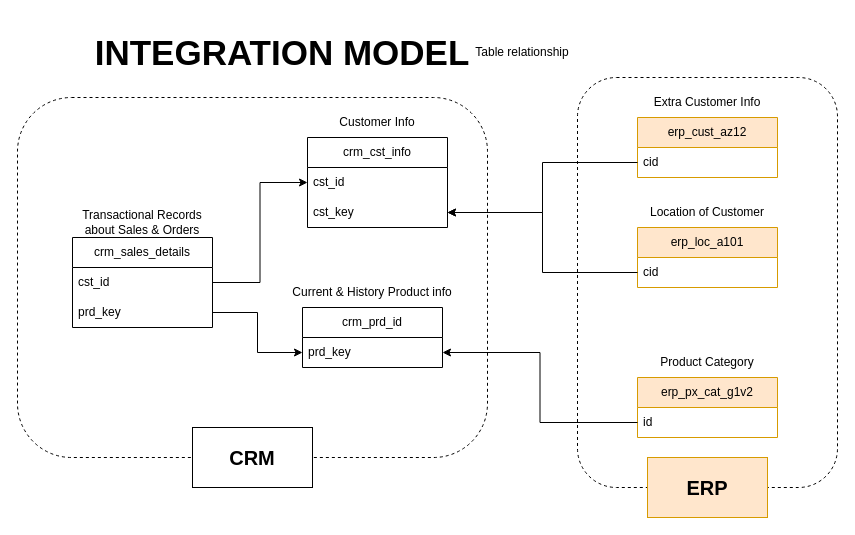
Above: Integration Diagram.drawio in BatTonAm/Data-Analysis-Project (draw.io), before the change. Source tidied: cells renumbered, new cells numbered last; positions are measured from the earlier drawing's top-left corner, leaving out a move shared by most shapes. Both pictures are drawn from the tidied source at 100%, with x=0, y=0 at pixel (17, 17).
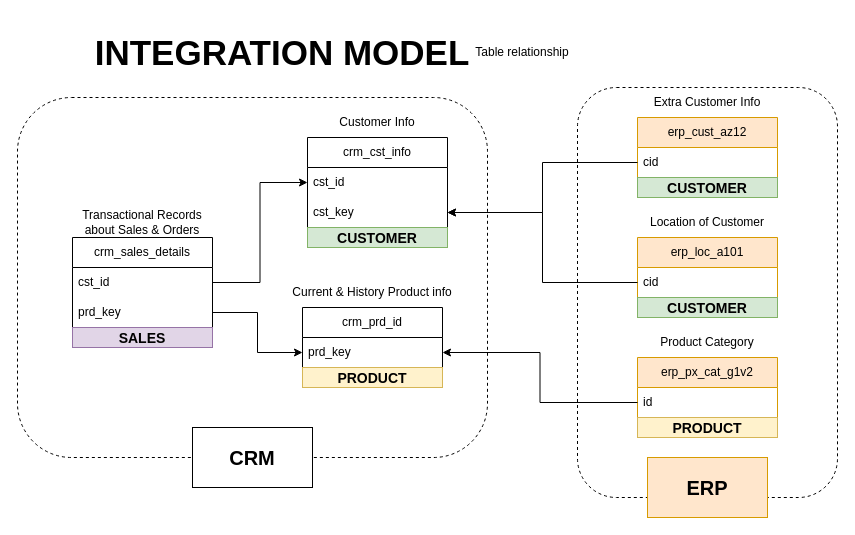
After the change.

Change to the diagram source:
```diff
@@
     <mxCell id="24" style="group;" parent="1" vertex="1">
-      <mxGeometry x="620" y="180" width="140" height="90" as="geometry" />
+      <mxGeometry x="620" y="190" width="200" height="290" as="geometry" />
     </mxCell>
@@
+    <mxCell id="36" style="rounded=1;whiteSpace=wrap;html=1;fillColor=none;dashed=1;" parent="24" vertex="1">
+      <mxGeometry x="-60" y="-120" width="260" height="410" as="geometry" />
+    </mxCell>
+    <mxCell id="39" value="CUSTOMER" style="text;html=1;strokeColor=#82b366;fillColor=#d5e8d4;align=center;verticalAlign=middle;whiteSpace=wrap;overflow=hidden;fontStyle=1;fontSize=14;" parent="24" vertex="1">
+      <mxGeometry y="90" width="140" height="20" as="geometry" />
+    </mxCell>
+    <mxCell id="40" value="CUSTOMER" style="text;html=1;strokeColor=#82b366;fillColor=#d5e8d4;align=center;verticalAlign=middle;whiteSpace=wrap;overflow=hidden;fontStyle=1;fontSize=14;" parent="24" vertex="1">
+      <mxGeometry y="-30" width="140" height="20" as="geometry" />
+    </mxCell>
@@
     <mxCell id="29" style="group;" parent="1" vertex="1">
-      <mxGeometry x="620" y="330" width="140" height="90" as="geometry" />
+      <mxGeometry x="620" y="310" width="140" height="90" as="geometry" />
     </mxCell>
@@
-    <mxCell id="36" style="rounded=1;whiteSpace=wrap;html=1;fillColor=none;dashed=1;" parent="1" vertex="1">
-      <mxGeometry x="560" y="60" width="260" height="410" as="geometry" />
-    </mxCell>
@@
+    <mxCell id="41" value="PRODUCT" style="text;html=1;strokeColor=#d6b656;fillColor=#fff2cc;align=center;verticalAlign=middle;whiteSpace=wrap;overflow=hidden;fontStyle=1;fontSize=14;" parent="1" vertex="1">
+      <mxGeometry x="620" y="400" width="140" height="20" as="geometry" />
+    </mxCell>
+    <mxCell id="42" value="PRODUCT" style="text;html=1;strokeColor=#d6b656;fillColor=#fff2cc;align=center;verticalAlign=middle;whiteSpace=wrap;overflow=hidden;fontStyle=1;fontSize=14;" parent="1" vertex="1">
+      <mxGeometry x="285" y="350" width="140" height="20" as="geometry" />
+    </mxCell>
+    <mxCell id="43" value="CUSTOMER" style="text;html=1;strokeColor=#82b366;fillColor=#d5e8d4;align=center;verticalAlign=middle;whiteSpace=wrap;overflow=hidden;fontStyle=1;fontSize=14;" parent="1" vertex="1">
+      <mxGeometry x="290" y="210" width="140" height="20" as="geometry" />
+    </mxCell>
+    <mxCell id="44" value="SALES" style="text;html=1;strokeColor=#9673a6;fillColor=#e1d5e7;align=center;verticalAlign=middle;whiteSpace=wrap;overflow=hidden;fontStyle=1;fontSize=14;" parent="1" vertex="1">
+      <mxGeometry x="55" y="310" width="140" height="20" as="geometry" />
+    </mxCell>
```
